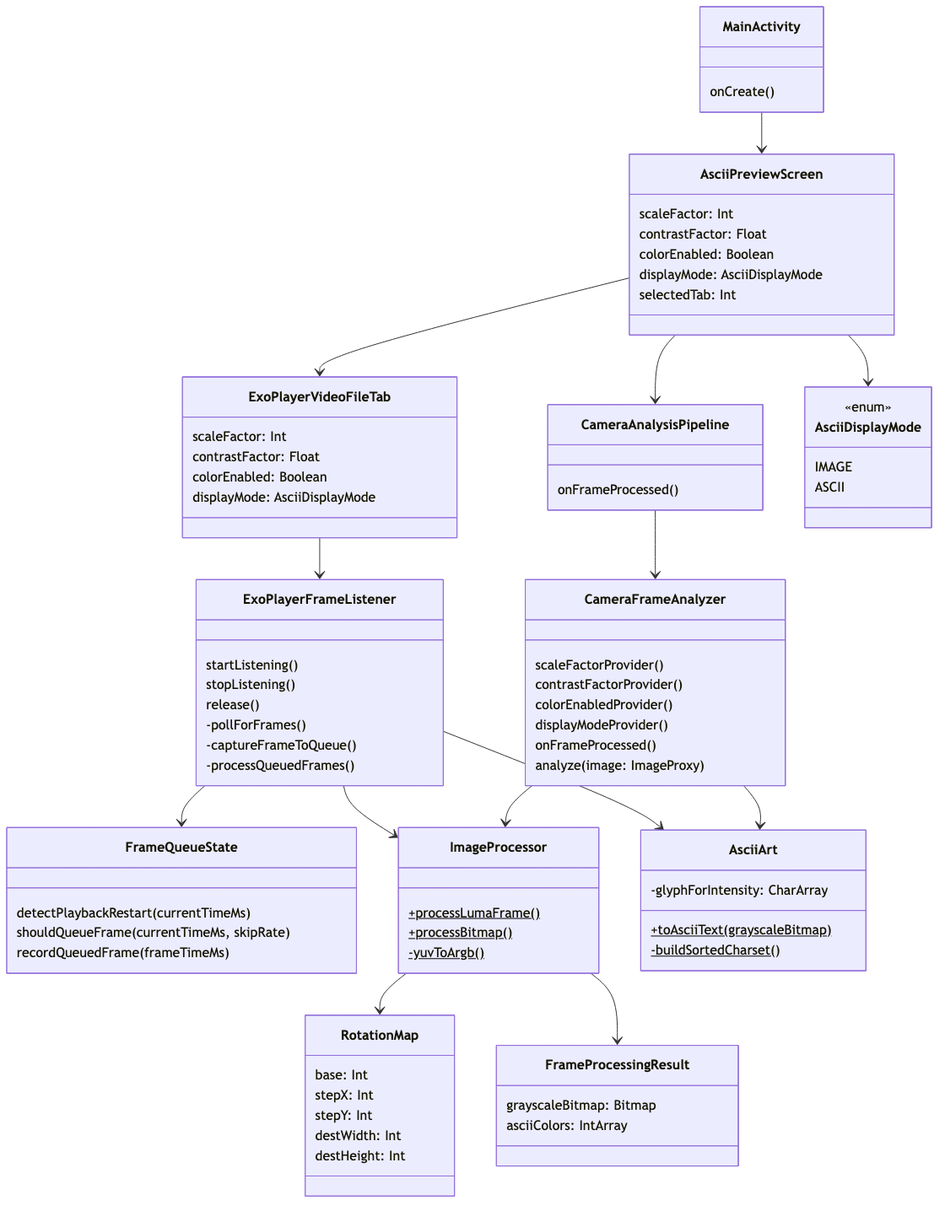
Earlier version of the Mermaid export docs/class-diagram.png (replicant1/AsciiArt). Its source is kept beside it as docs/class-diagram.mmd.
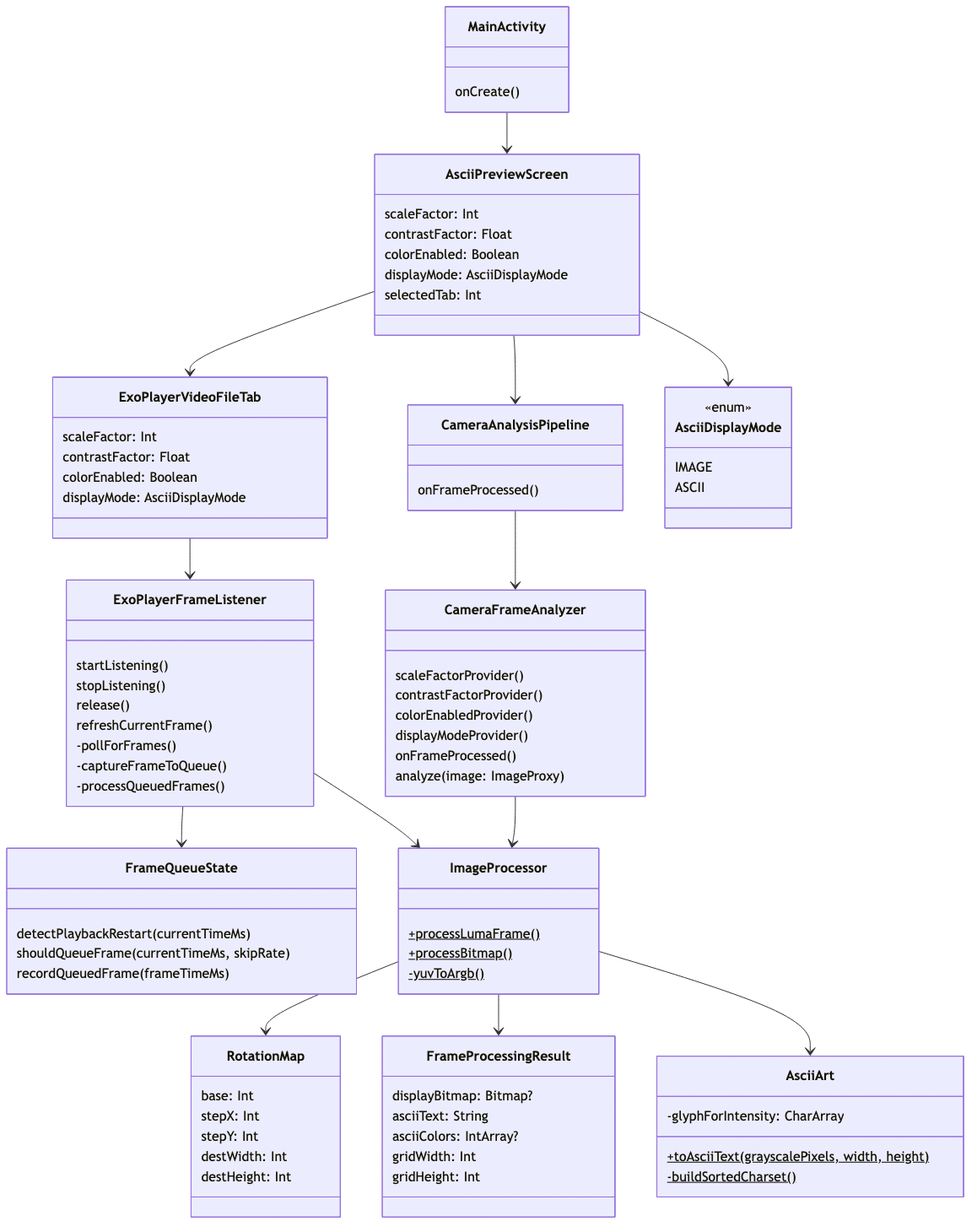
Later version of the same file.

What changed in the source:
```diff
@@ -35,6 +35,7 @@
         startListening()
         stopListening()
         release()
+        refreshCurrentFrame()
         -pollForFrames()
         -captureFrameToQueue()
         -processQueuedFrames()
@@ -61,12 +62,15 @@
     }
 
     class FrameProcessingResult {
-        grayscaleBitmap: Bitmap
-        asciiColors: IntArray
+        displayBitmap: Bitmap?
+        asciiText: String
+        asciiColors: IntArray?
+        gridWidth: Int
+        gridHeight: Int
     }
 
     class AsciiArt {
-        +toAsciiText(grayscaleBitmap)$
+        +toAsciiText(grayscalePixels, width, height)$
         -glyphForIntensity: CharArray
         -buildSortedCharset()$
     }
@@ -83,10 +87,9 @@
     AsciiPreviewScreen --> AsciiDisplayMode
     CameraAnalysisPipeline --> CameraFrameAnalyzer
     CameraFrameAnalyzer --> ImageProcessor
-    CameraFrameAnalyzer --> AsciiArt
     ExoPlayerVideoFileTab --> ExoPlayerFrameListener
     ExoPlayerFrameListener --> FrameQueueState
     ExoPlayerFrameListener --> ImageProcessor
-    ExoPlayerFrameListener --> AsciiArt
     ImageProcessor --> RotationMap
     ImageProcessor --> FrameProcessingResult
+    ImageProcessor --> AsciiArt
```
